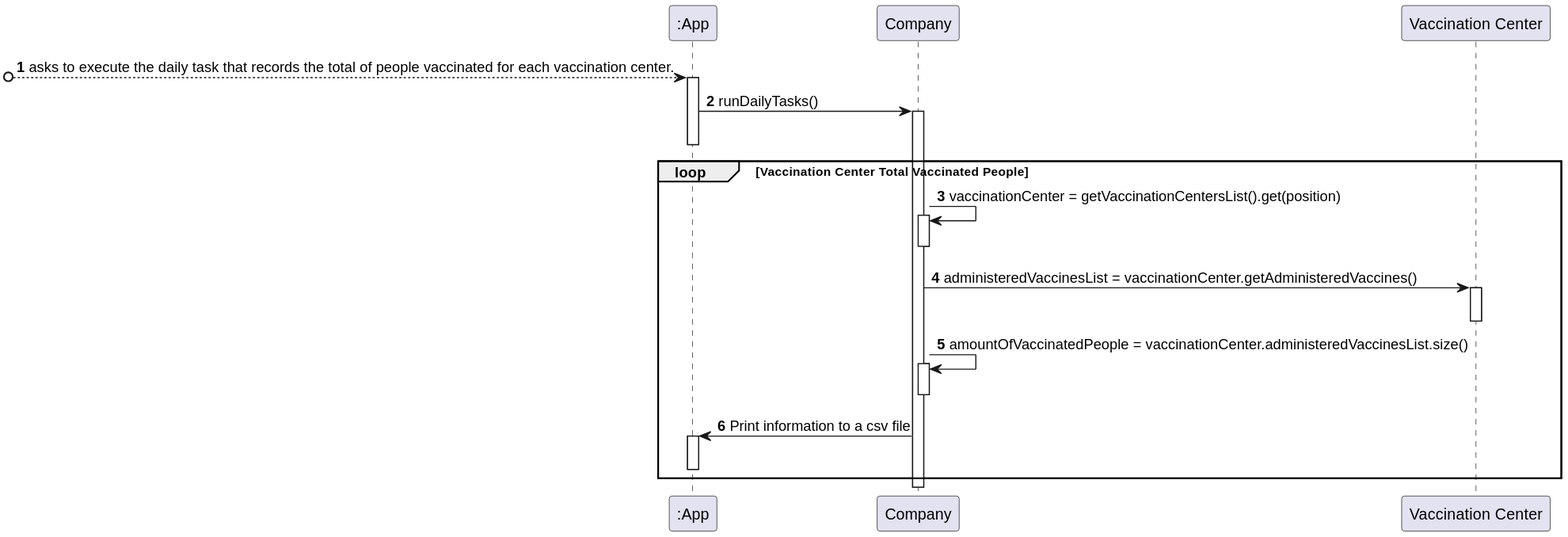
Earlier version of the PlantUML export docs/SprintD/US006/US006_SD.svg (Pirussa/lei-22-s2-1da-g02). Source of this version:
```plantuml
@startuml

autonumber

participant ":App" as A
participant "Company" as C
participant "Vaccination Center" as VC



[o--> A :asks to execute the daily task that records the total of people vaccinated for each vaccination center.
activate A
A -> C : runDailyTasks()
activate C
deactivate A
loop Vaccination Center Total Vaccinated People
C -> C : vaccinationCenter = getVaccinationCentersList().get(position)
activate C
deactivate C
C->VC :   administeredVaccinesList = vaccinationCenter.getAdministeredVaccines()
activate VC
deactivate VC
C -> C : amountOfVaccinatedPeople = vaccinationCenter.administeredVaccinesList.size()
activate C
deactivate C
C -> A : Print information to a csv file
activate A
deactivate A
end

@enduml
```
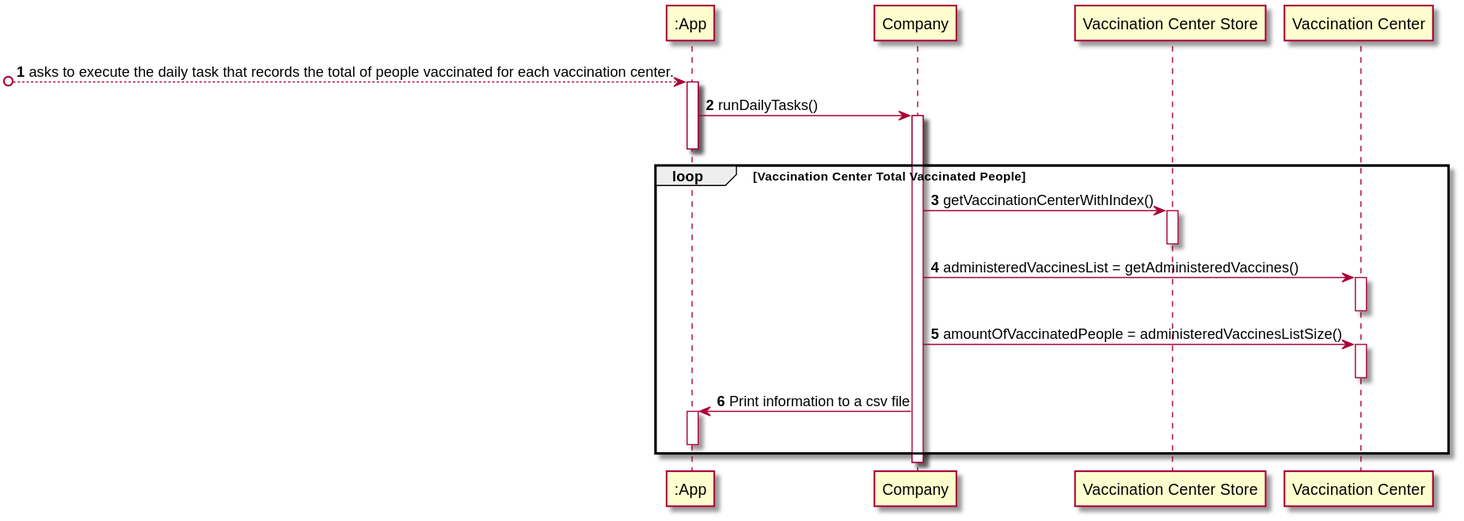
After the commit.

Diff of the diagram source:
```diff
@@ -4,7 +4,9 @@
 
 participant ":App" as A
 participant "Company" as C
+participant "Vaccination Center Store" as VCS
 participant "Vaccination Center" as VC
+
 
 
 
@@ -14,15 +16,17 @@
 activate C
 deactivate A
 loop Vaccination Center Total Vaccinated People
-C -> C : vaccinationCenter = getVaccinationCentersList().get(position)
-activate C
-deactivate C
-C->VC :   administeredVaccinesList = vaccinationCenter.getAdministeredVaccines()
+C -> VCS : getVaccinationCenterWithIndex()
+activate VCS
+deactivate VCS
+C->VC :   administeredVaccinesList = getAdministeredVaccines()
 activate VC
 deactivate VC
-C -> C : amountOfVaccinatedPeople = vaccinationCenter.administeredVaccinesList.size()
-activate C
-deactivate C
+
+C -> VC : amountOfVaccinatedPeople = administeredVaccinesListSize()
+
+activate VC
+deactivate VC
 C -> A : Print information to a csv file
 activate A
 deactivate A
```
